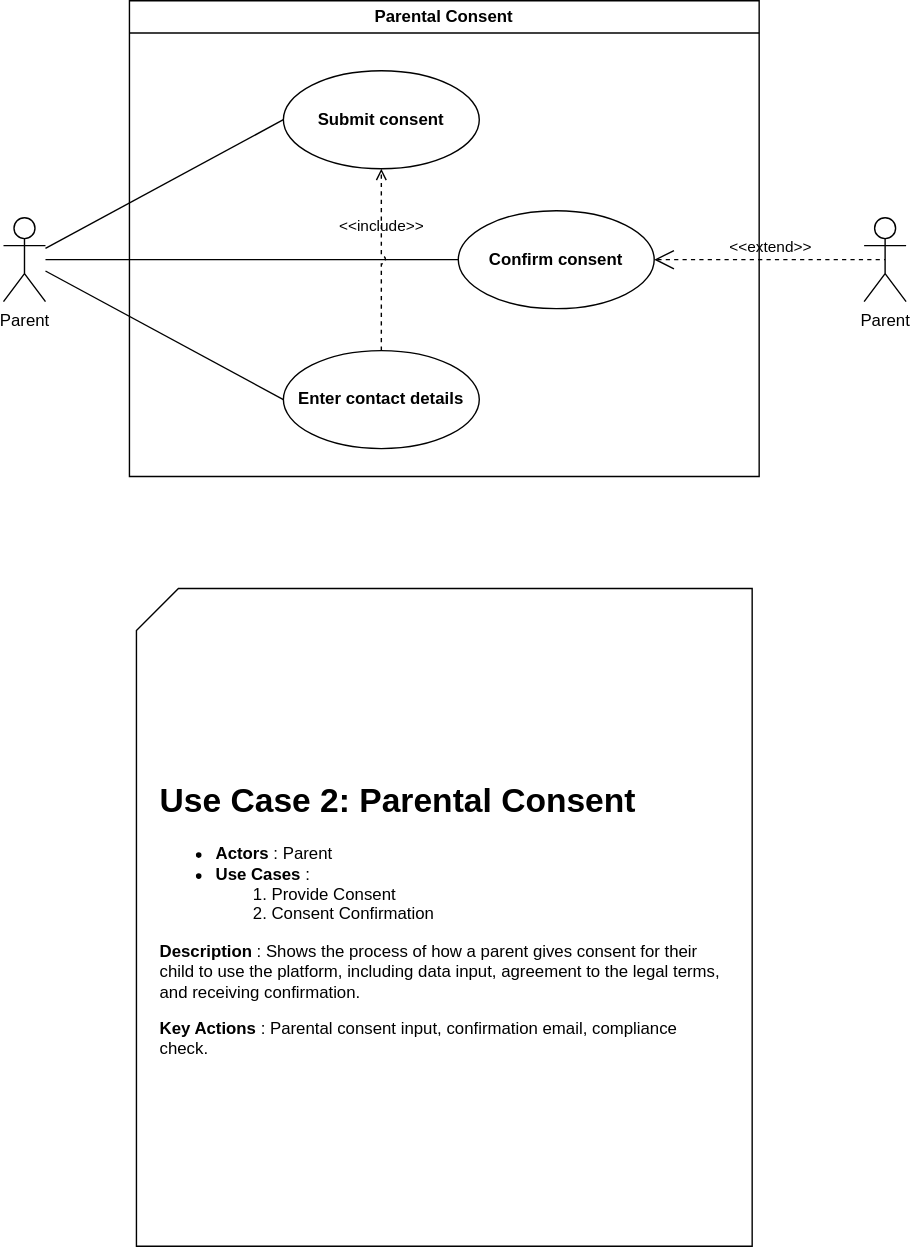
The draw.io diagram docs/analysis/use-cases/uc2-parental-consent.dio.svg in dmr4eg/la-infrastructure, before a commit. Source tidied: cells renumbered, new cells last; positions are measured from the earlier drawing's top-left corner, leaving out a move shared by most shapes. The source it was exported from:
```xml
<mxGraphModel>
  <root>
    <mxCell id="0" />
    <mxCell id="1" parent="0" />
    <mxCell id="2" style="edgeStyle=none;html=1;endArrow=none;endFill=0;entryX=0;entryY=0.5;entryDx=0;entryDy=0;jumpStyle=arc;" parent="1" edge="1" source="5" target="7">
      <mxGeometry relative="1" as="geometry" />
    </mxCell>
    <mxCell id="3" style="edgeStyle=none;html=1;entryX=0;entryY=0.5;entryDx=0;entryDy=0;endArrow=none;endFill=0;" parent="1" edge="1" source="5" target="9">
      <mxGeometry relative="1" as="geometry" />
    </mxCell>
    <mxCell id="4" style="edgeStyle=none;html=1;entryX=0;entryY=0.5;entryDx=0;entryDy=0;endArrow=none;endFill=0;" parent="1" edge="1" source="5" target="8">
      <mxGeometry relative="1" as="geometry" />
    </mxCell>
    <mxCell id="5" value="Parent" style="shape=umlActor;verticalLabelPosition=bottom;verticalAlign=top;html=1;outlineConnect=0;" parent="1" vertex="1">
      <mxGeometry y="155" width="30" height="60" as="geometry" />
    </mxCell>
    <mxCell id="6" value="Parental Consent" style="swimlane;whiteSpace=wrap;html=1;" parent="1" vertex="1">
      <mxGeometry x="90" width="450" height="340" as="geometry" />
    </mxCell>
    <mxCell id="7" value="&lt;b&gt;Submit consent&amp;nbsp;&lt;/b&gt;" style="ellipse;whiteSpace=wrap;html=1;" parent="6" vertex="1">
      <mxGeometry x="110" y="50" width="140" height="70" as="geometry" />
    </mxCell>
    <mxCell id="8" value="&lt;b&gt;Confirm consent&lt;/b&gt;" style="ellipse;whiteSpace=wrap;html=1;" parent="6" vertex="1">
      <mxGeometry x="235" y="150" width="140" height="70" as="geometry" />
    </mxCell>
    <mxCell id="9" value="Enter contact details" style="ellipse;whiteSpace=wrap;html=1;fontStyle=1;" parent="6" vertex="1">
      <mxGeometry x="110" y="250" width="140" height="70" as="geometry" />
    </mxCell>
    <mxCell id="10" value="&amp;lt;&amp;lt;include&amp;gt;&amp;gt;" style="edgeStyle=none;html=1;endArrow=open;verticalAlign=bottom;dashed=1;labelBackgroundColor=none;entryX=0.5;entryY=1;entryDx=0;entryDy=0;exitX=0.5;exitY=0;exitDx=0;exitDy=0;jumpStyle=arc;" parent="6" edge="1" source="9" target="7">
      <mxGeometry x="0.23" relative="1" as="geometry" />
    </mxCell>
    <mxCell id="11" value="&lt;span style=&quot;caret-color: rgb(0, 0, 0); text-align: start;&quot; data-meta=&quot;&lt;--(miro-data-v1)tl2kroutqq+gnq+gn111oZynrqBnXZ2qnK2fhJ9ddV2wk6WRhppvr7GOkHhdZ12fnK+cXXW2XaqdpaCer65ddZa2Xa+0q6BddWxvZ12ypJ+ioK9/nK+cXXW2Xa+0q6BddV2voLOvXWddpa6qqV11tl2upLWgXXW2XbKkn6+jXXVxbm1pbXJxbnFybHNycGddo6CkoqOvXXVruGddrq+0p6BddV22l12rl111a2eXXaGhqZdddZddiqugqY6cqa6XXbhdZ12voLOvXXVdd6t5d66vraqponmQrqBbfpyuoFttdVuLnK2gqa+cp1t+qqmuoKmvd2qur62qqaJ5d2qreXeqp3l3p6Rbn5yvnGinpK6veJddnbCnp6Cvl115d66rnKlbnqecrq54l12sp2iwpJddW56qqa+gqa+gn6SvnJ2noHiXXaGcp66gl115d66rnKlbnqecrq54l12sp2inpK6vaLCkl115d2quq5ypeXdqrqucqXl3rq+tqqmieXyer6qtrndqrq+tqqmieXVbi5ytoKmvd2qnpHl3p6Rbn5yvnGinpK6veJddnbCnp6Cvl115d66rnKlbnqecrq54l12sp2iwpJddW56qqa+gqa+gn6SvnJ2noHiXXaGcp66gl115d66rnKlbnqecrq54l12sp2inpK6vaLCkl115d2quq5ypeXdqrqucqXl3rq+tqqmieZCuoFt+nK6grndqrq+tqqmieXV3aqekeXenpFufnK+caKekrq94l12qrZ+graCfl11bnqecrq54l12sp2ikqZ+gqa9obJddeXeuq5ypW56nnK6ueJddrKdosKSXXVueqqmvoKmvoJ+kr5ydp6B4l12hnKeuoJddeXeuq5ypW56nnK6ueJddrKdop6Sur2iwpJddeXdqrqucqXl3aq6rnKl5i62qsaSfoFt+qqmuoKmvd2qnpHl3p6Rbn5yvnGinpK6veJddqq2foK2gn5ddW56nnK6ueJddrKdopKmfoKmvaGyXXXl3rqucqVuep5yurniXXaynaLCkl11bnqqpr6Cpr6CfpK+cnaegeJddoZynrqCXXXl3rqucqVuep5yurniXXaynaKekrq9osKSXXXl3aq6rnKl5d2quq5ypeX6qqa6gqa9bfqqpoaStqJyvpKqpd2qnpHl3aqqneXereXeur62qqaJ5f6Cunq2kq6+kqql3aq6vraqponl1W46jqrKuW6+joFurraqeoK6uW6qhW6OqslucW6ucraCpr1uipLGgrlueqqmuoKmvW6GqrVuvo6CkrVueo6Snn1uvqluwrqBbr6OgW6unnK+hqq2oZ1ukqZ6nsJ+kqaJbn5yvnFukqauwr2dbnKKtoKCooKmvW6+qW6+joFunoKKcp1uvoK2ormdbnKmfW62gnqCksaSpolueqqmhpK2onK+kqqlpd2qreXereXeur62qqaJ5hqC0W3yer6Sqqa53aq6vraqponl1W4ucraCpr5ynW56qqa6gqa9bpKmrsK9nW56qqaGkraicr6SqqVugqJykp2dbnqqoq6eknKmeoFueo6Cepml3aqt5XWddrp6cp6BddbZdrp6cp6BddWy4Z12toKecr6SxoI6enKegXXVsZ12tqq+cr6SqqV11tl2tqq+cr6SqqV11a7hnXa2gp5yvpLGgjaqvnK+kqqlddWtnXZqrqq6kr6SqqV11tl2qoaGuoK+Ls111tl2zXXVrZ120XXVscW24uGddmqucraCpr111qbCnp7i4uJi4Z12xoK2upKqpXXVtZ12jqq6vXXVdqKStqmmeqqhdZ12crouqra+cp111oZynrqC4(/miro-data-v1)--&gt;&quot;&gt;&lt;/span&gt;&lt;h1 style=&quot;caret-color: rgb(0, 0, 0); text-align: start;&quot;&gt;Use Case 2: Parental Consent&lt;/h1&gt;&lt;ul style=&quot;caret-color: rgb(0, 0, 0); text-align: start;&quot;&gt;&lt;li&gt;&lt;strong&gt;Actors&lt;/strong&gt;: Parent&lt;/li&gt;&lt;li&gt;&lt;strong&gt;Use Cases&lt;/strong&gt;:&lt;/li&gt;&lt;ol&gt;&lt;li class=&quot;ql-indent-1&quot;&gt;Provide Consent&lt;/li&gt;&lt;li class=&quot;ql-indent-1&quot;&gt;Consent Confirmation&lt;/li&gt;&lt;/ol&gt;&lt;/ul&gt;&lt;p style=&quot;caret-color: rgb(0, 0, 0); text-align: start;&quot;&gt;&lt;strong&gt;Description&lt;/strong&gt;: Shows the process of how a parent gives consent for their child to use the platform, including data input, agreement to the legal terms, and receiving confirmation.&lt;/p&gt;&lt;p style=&quot;caret-color: rgb(0, 0, 0); text-align: start;&quot;&gt;&lt;strong&gt;Key Actions&lt;/strong&gt;: Parental consent input, confirmation email, compliance check.&lt;/p&gt;" style="shape=card;whiteSpace=wrap;html=1;spacingLeft=16;spacingRight=16;" parent="1" vertex="1">
      <mxGeometry x="95" y="420" width="440" height="470" as="geometry" />
    </mxCell>
    <mxCell id="12" value="Parent" style="shape=umlActor;verticalLabelPosition=bottom;verticalAlign=top;html=1;outlineConnect=0;" parent="1" vertex="1">
      <mxGeometry x="615" y="155" width="30" height="60" as="geometry" />
    </mxCell>
    <mxCell id="13" value="&amp;lt;&amp;lt;extend&amp;gt;&amp;gt;" style="edgeStyle=none;html=1;startArrow=open;endArrow=none;startSize=12;verticalAlign=bottom;dashed=1;labelBackgroundColor=none;jumpStyle=arc;exitX=1;exitY=0.5;exitDx=0;exitDy=0;entryX=0.5;entryY=0.5;entryDx=0;entryDy=0;entryPerimeter=0;" parent="1" edge="1" source="8" target="12">
      <mxGeometry relative="1" as="geometry" />
    </mxCell>
  </root>
</mxGraphModel>
```
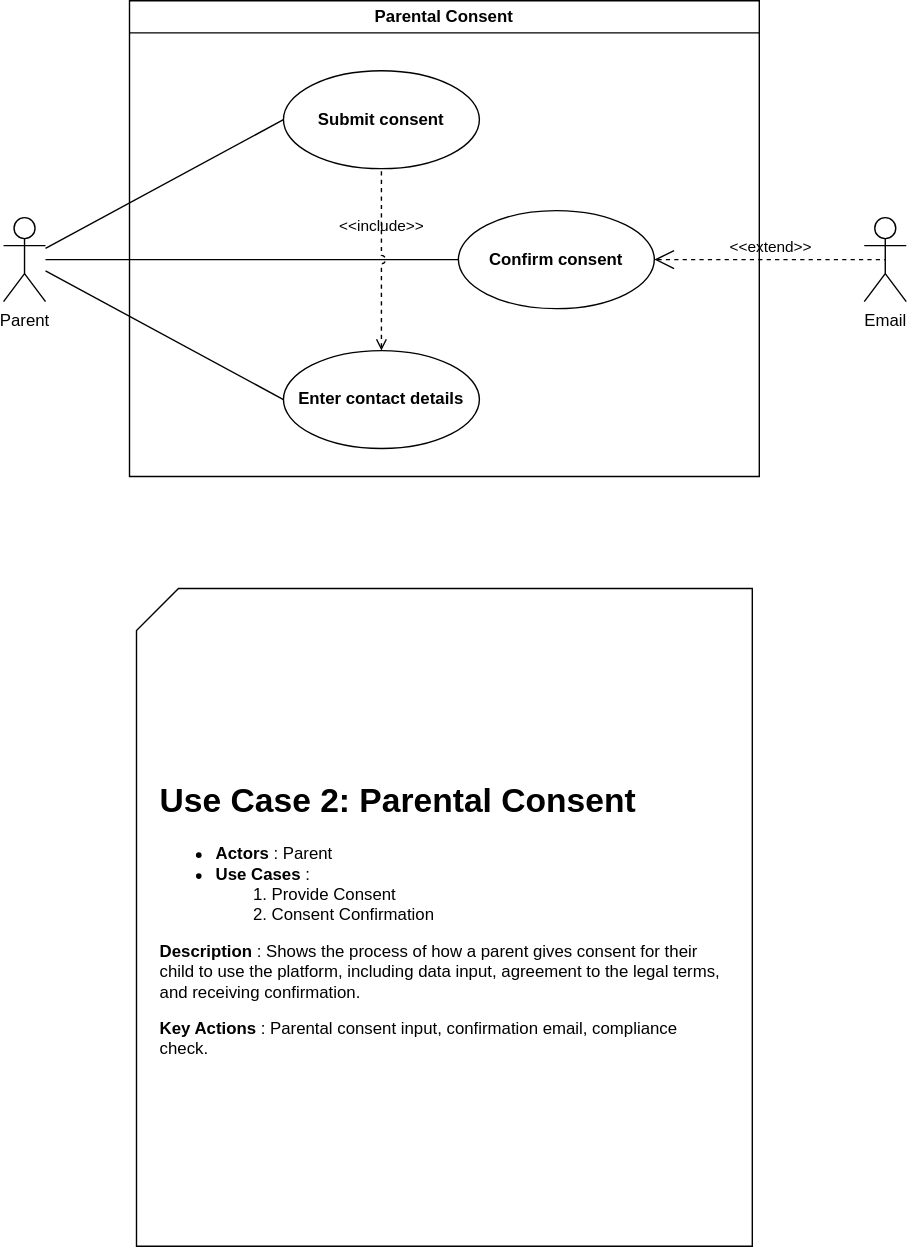
Above is the later version.

Change to the diagram source:
```diff
@@ -1,4 +1,4 @@
-<mxGraphModel>
+<mxGraphModel background="#ffffff">
   <root>
     <mxCell id="0" />
     <mxCell id="1" parent="0" />
@@ -26,13 +26,13 @@
     <mxCell id="9" value="Enter contact details" style="ellipse;whiteSpace=wrap;html=1;fontStyle=1;" parent="6" vertex="1">
       <mxGeometry x="110" y="250" width="140" height="70" as="geometry" />
     </mxCell>
-    <mxCell id="10" value="&amp;lt;&amp;lt;include&amp;gt;&amp;gt;" style="edgeStyle=none;html=1;endArrow=open;verticalAlign=bottom;dashed=1;labelBackgroundColor=none;entryX=0.5;entryY=1;entryDx=0;entryDy=0;exitX=0.5;exitY=0;exitDx=0;exitDy=0;jumpStyle=arc;" parent="6" edge="1" source="9" target="7">
+    <mxCell id="10" value="&amp;lt;&amp;lt;include&amp;gt;&amp;gt;" style="edgeStyle=none;html=1;endArrow=none;verticalAlign=bottom;dashed=1;labelBackgroundColor=none;entryX=0.5;entryY=1;entryDx=0;entryDy=0;exitX=0.5;exitY=0;exitDx=0;exitDy=0;jumpStyle=arc;startArrow=open;startFill=0;endFill=0;" parent="6" edge="1" source="9" target="7">
       <mxGeometry x="0.23" relative="1" as="geometry" />
     </mxCell>
     <mxCell id="11" value="&lt;span style=&quot;caret-color: rgb(0, 0, 0); text-align: start;&quot; data-meta=&quot;&lt;--(miro-data-v1)tl2kroutqq+gnq+gn111oZynrqBnXZ2qnK2fhJ9ddV2wk6WRhppvr7GOkHhdZ12fnK+cXXW2XaqdpaCer65ddZa2Xa+0q6BddWxvZ12ypJ+ioK9/nK+cXXW2Xa+0q6BddV2voLOvXWddpa6qqV11tl2upLWgXXW2XbKkn6+jXXVxbm1pbXJxbnFybHNycGddo6CkoqOvXXVruGddrq+0p6BddV22l12rl111a2eXXaGhqZdddZddiqugqY6cqa6XXbhdZ12voLOvXXVdd6t5d66vraqponmQrqBbfpyuoFttdVuLnK2gqa+cp1t+qqmuoKmvd2qur62qqaJ5d2qreXeqp3l3p6Rbn5yvnGinpK6veJddnbCnp6Cvl115d66rnKlbnqecrq54l12sp2iwpJddW56qqa+gqa+gn6SvnJ2noHiXXaGcp66gl115d66rnKlbnqecrq54l12sp2inpK6vaLCkl115d2quq5ypeXdqrqucqXl3rq+tqqmieXyer6qtrndqrq+tqqmieXVbi5ytoKmvd2qnpHl3p6Rbn5yvnGinpK6veJddnbCnp6Cvl115d66rnKlbnqecrq54l12sp2iwpJddW56qqa+gqa+gn6SvnJ2noHiXXaGcp66gl115d66rnKlbnqecrq54l12sp2inpK6vaLCkl115d2quq5ypeXdqrqucqXl3rq+tqqmieZCuoFt+nK6grndqrq+tqqmieXV3aqekeXenpFufnK+caKekrq94l12qrZ+graCfl11bnqecrq54l12sp2ikqZ+gqa9obJddeXeuq5ypW56nnK6ueJddrKdosKSXXVueqqmvoKmvoJ+kr5ydp6B4l12hnKeuoJddeXeuq5ypW56nnK6ueJddrKdop6Sur2iwpJddeXdqrqucqXl3aq6rnKl5i62qsaSfoFt+qqmuoKmvd2qnpHl3p6Rbn5yvnGinpK6veJddqq2foK2gn5ddW56nnK6ueJddrKdopKmfoKmvaGyXXXl3rqucqVuep5yurniXXaynaLCkl11bnqqpr6Cpr6CfpK+cnaegeJddoZynrqCXXXl3rqucqVuep5yurniXXaynaKekrq9osKSXXXl3aq6rnKl5d2quq5ypeX6qqa6gqa9bfqqpoaStqJyvpKqpd2qnpHl3aqqneXereXeur62qqaJ5f6Cunq2kq6+kqql3aq6vraqponl1W46jqrKuW6+joFurraqeoK6uW6qhW6OqslucW6ucraCpr1uipLGgrlueqqmuoKmvW6GqrVuvo6CkrVueo6Snn1uvqluwrqBbr6OgW6unnK+hqq2oZ1ukqZ6nsJ+kqaJbn5yvnFukqauwr2dbnKKtoKCooKmvW6+qW6+joFunoKKcp1uvoK2ormdbnKmfW62gnqCksaSpolueqqmhpK2onK+kqqlpd2qreXereXeur62qqaJ5hqC0W3yer6Sqqa53aq6vraqponl1W4ucraCpr5ynW56qqa6gqa9bpKmrsK9nW56qqaGkraicr6SqqVugqJykp2dbnqqoq6eknKmeoFueo6Cepml3aqt5XWddrp6cp6BddbZdrp6cp6BddWy4Z12toKecr6SxoI6enKegXXVsZ12tqq+cr6SqqV11tl2tqq+cr6SqqV11a7hnXa2gp5yvpLGgjaqvnK+kqqlddWtnXZqrqq6kr6SqqV11tl2qoaGuoK+Ls111tl2zXXVrZ120XXVscW24uGddmqucraCpr111qbCnp7i4uJi4Z12xoK2upKqpXXVtZ12jqq6vXXVdqKStqmmeqqhdZ12crouqra+cp111oZynrqC4(/miro-data-v1)--&gt;&quot;&gt;&lt;/span&gt;&lt;h1 style=&quot;caret-color: rgb(0, 0, 0); text-align: start;&quot;&gt;Use Case 2: Parental Consent&lt;/h1&gt;&lt;ul style=&quot;caret-color: rgb(0, 0, 0); text-align: start;&quot;&gt;&lt;li&gt;&lt;strong&gt;Actors&lt;/strong&gt;: Parent&lt;/li&gt;&lt;li&gt;&lt;strong&gt;Use Cases&lt;/strong&gt;:&lt;/li&gt;&lt;ol&gt;&lt;li class=&quot;ql-indent-1&quot;&gt;Provide Consent&lt;/li&gt;&lt;li class=&quot;ql-indent-1&quot;&gt;Consent Confirmation&lt;/li&gt;&lt;/ol&gt;&lt;/ul&gt;&lt;p style=&quot;caret-color: rgb(0, 0, 0); text-align: start;&quot;&gt;&lt;strong&gt;Description&lt;/strong&gt;: Shows the process of how a parent gives consent for their child to use the platform, including data input, agreement to the legal terms, and receiving confirmation.&lt;/p&gt;&lt;p style=&quot;caret-color: rgb(0, 0, 0); text-align: start;&quot;&gt;&lt;strong&gt;Key Actions&lt;/strong&gt;: Parental consent input, confirmation email, compliance check.&lt;/p&gt;" style="shape=card;whiteSpace=wrap;html=1;spacingLeft=16;spacingRight=16;" parent="1" vertex="1">
       <mxGeometry x="95" y="420" width="440" height="470" as="geometry" />
     </mxCell>
-    <mxCell id="12" value="Parent" style="shape=umlActor;verticalLabelPosition=bottom;verticalAlign=top;html=1;outlineConnect=0;" parent="1" vertex="1">
+    <mxCell id="12" value="Email" style="shape=umlActor;verticalLabelPosition=bottom;verticalAlign=top;html=1;outlineConnect=0;" parent="1" vertex="1">
       <mxGeometry x="615" y="155" width="30" height="60" as="geometry" />
     </mxCell>
     <mxCell id="13" value="&amp;lt;&amp;lt;extend&amp;gt;&amp;gt;" style="edgeStyle=none;html=1;startArrow=open;endArrow=none;startSize=12;verticalAlign=bottom;dashed=1;labelBackgroundColor=none;jumpStyle=arc;exitX=1;exitY=0.5;exitDx=0;exitDy=0;entryX=0.5;entryY=0.5;entryDx=0;entryDy=0;entryPerimeter=0;" parent="1" edge="1" source="8" target="12">
```
